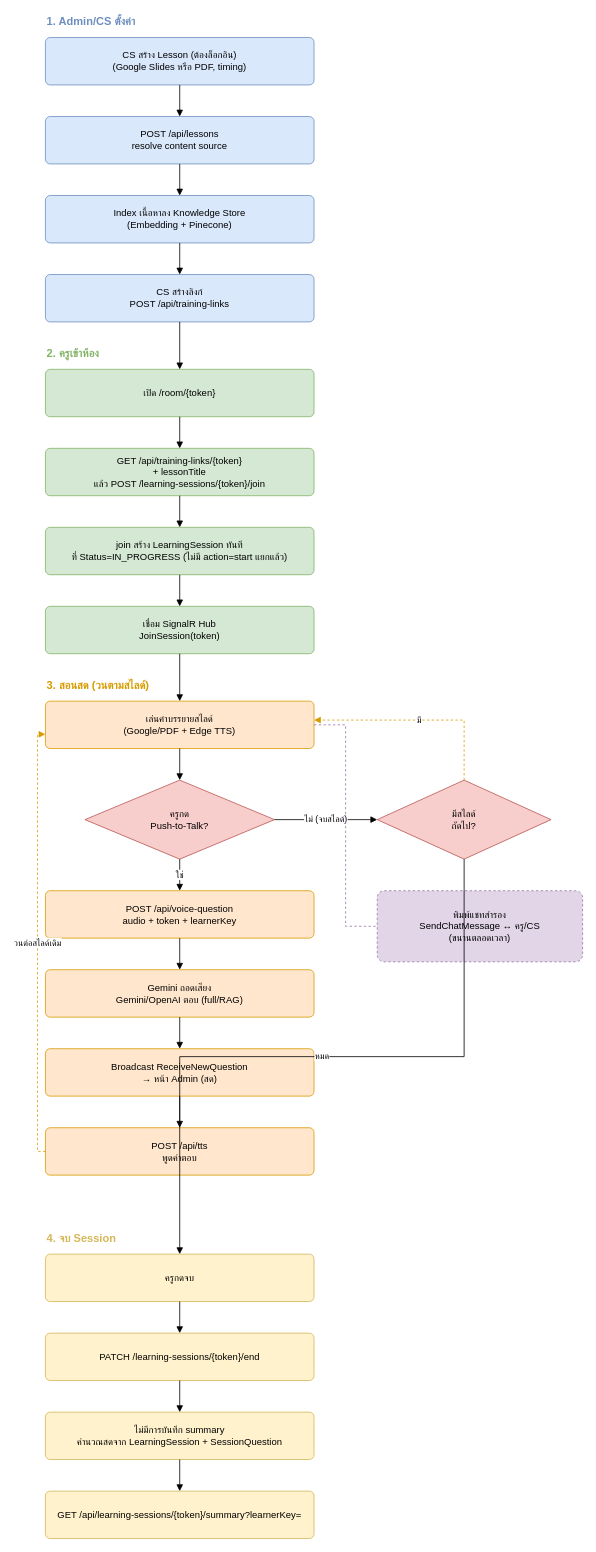
Above: backend/docs/WORKFLOW.drawio in Sathaporn24/sb_supportroom (draw.io), before the change. Source tidied: cells renumbered, new cells numbered last; positions are measured from the earlier drawing's top-left corner, leaving out a move shared by most shapes. Both pictures are drawn from the tidied source at 79%, with x=0, y=0 at pixel (45, 13).
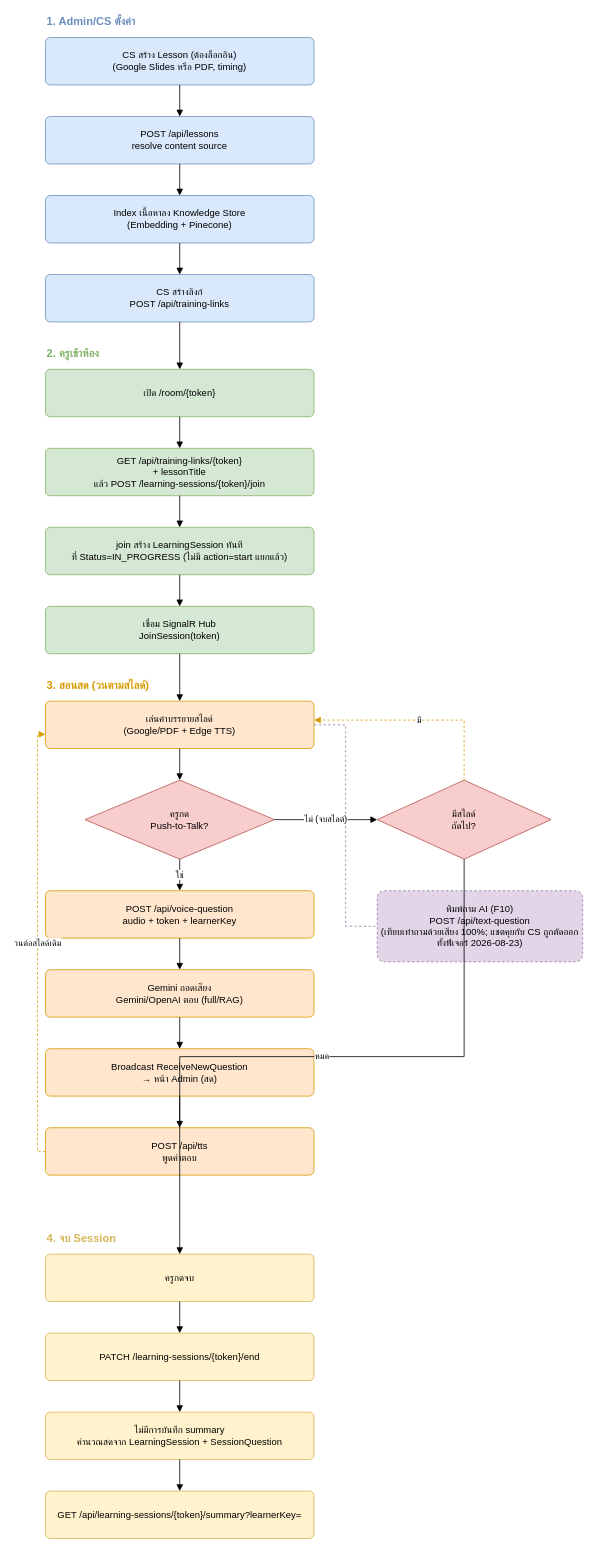
The same page after the edit.

Change to the diagram source:
```diff
@@
-    <mxCell id="21" value="พิมพ์แชทสำรอง&#10;SendChatMessage ↔ ครู/CS&#10;(ขนานตลอดเวลา)" style="rounded=1;whiteSpace=wrap;html=1;fillColor=#e1d5e7;strokeColor=#9673a6;fontSize=12;dashed=1;arcSize=10;" parent="1" vertex="1">
+    <mxCell id="21" value="พิมพ์ถาม AI (F10)&#10;POST /api/text-question&#10;(เทียบเท่าถามด้วยเสียง 100%; แชตคุยกับ CS ถูกตัดออกทั้งฟีเจอร์ 2026-08-23)" style="rounded=1;whiteSpace=wrap;html=1;fillColor=#e1d5e7;strokeColor=#9673a6;fontSize=12;dashed=1;arcSize=10;" parent="1" vertex="1">
       <mxGeometry x="420" y="1110" width="260" height="90" as="geometry" />
     </mxCell>
```
